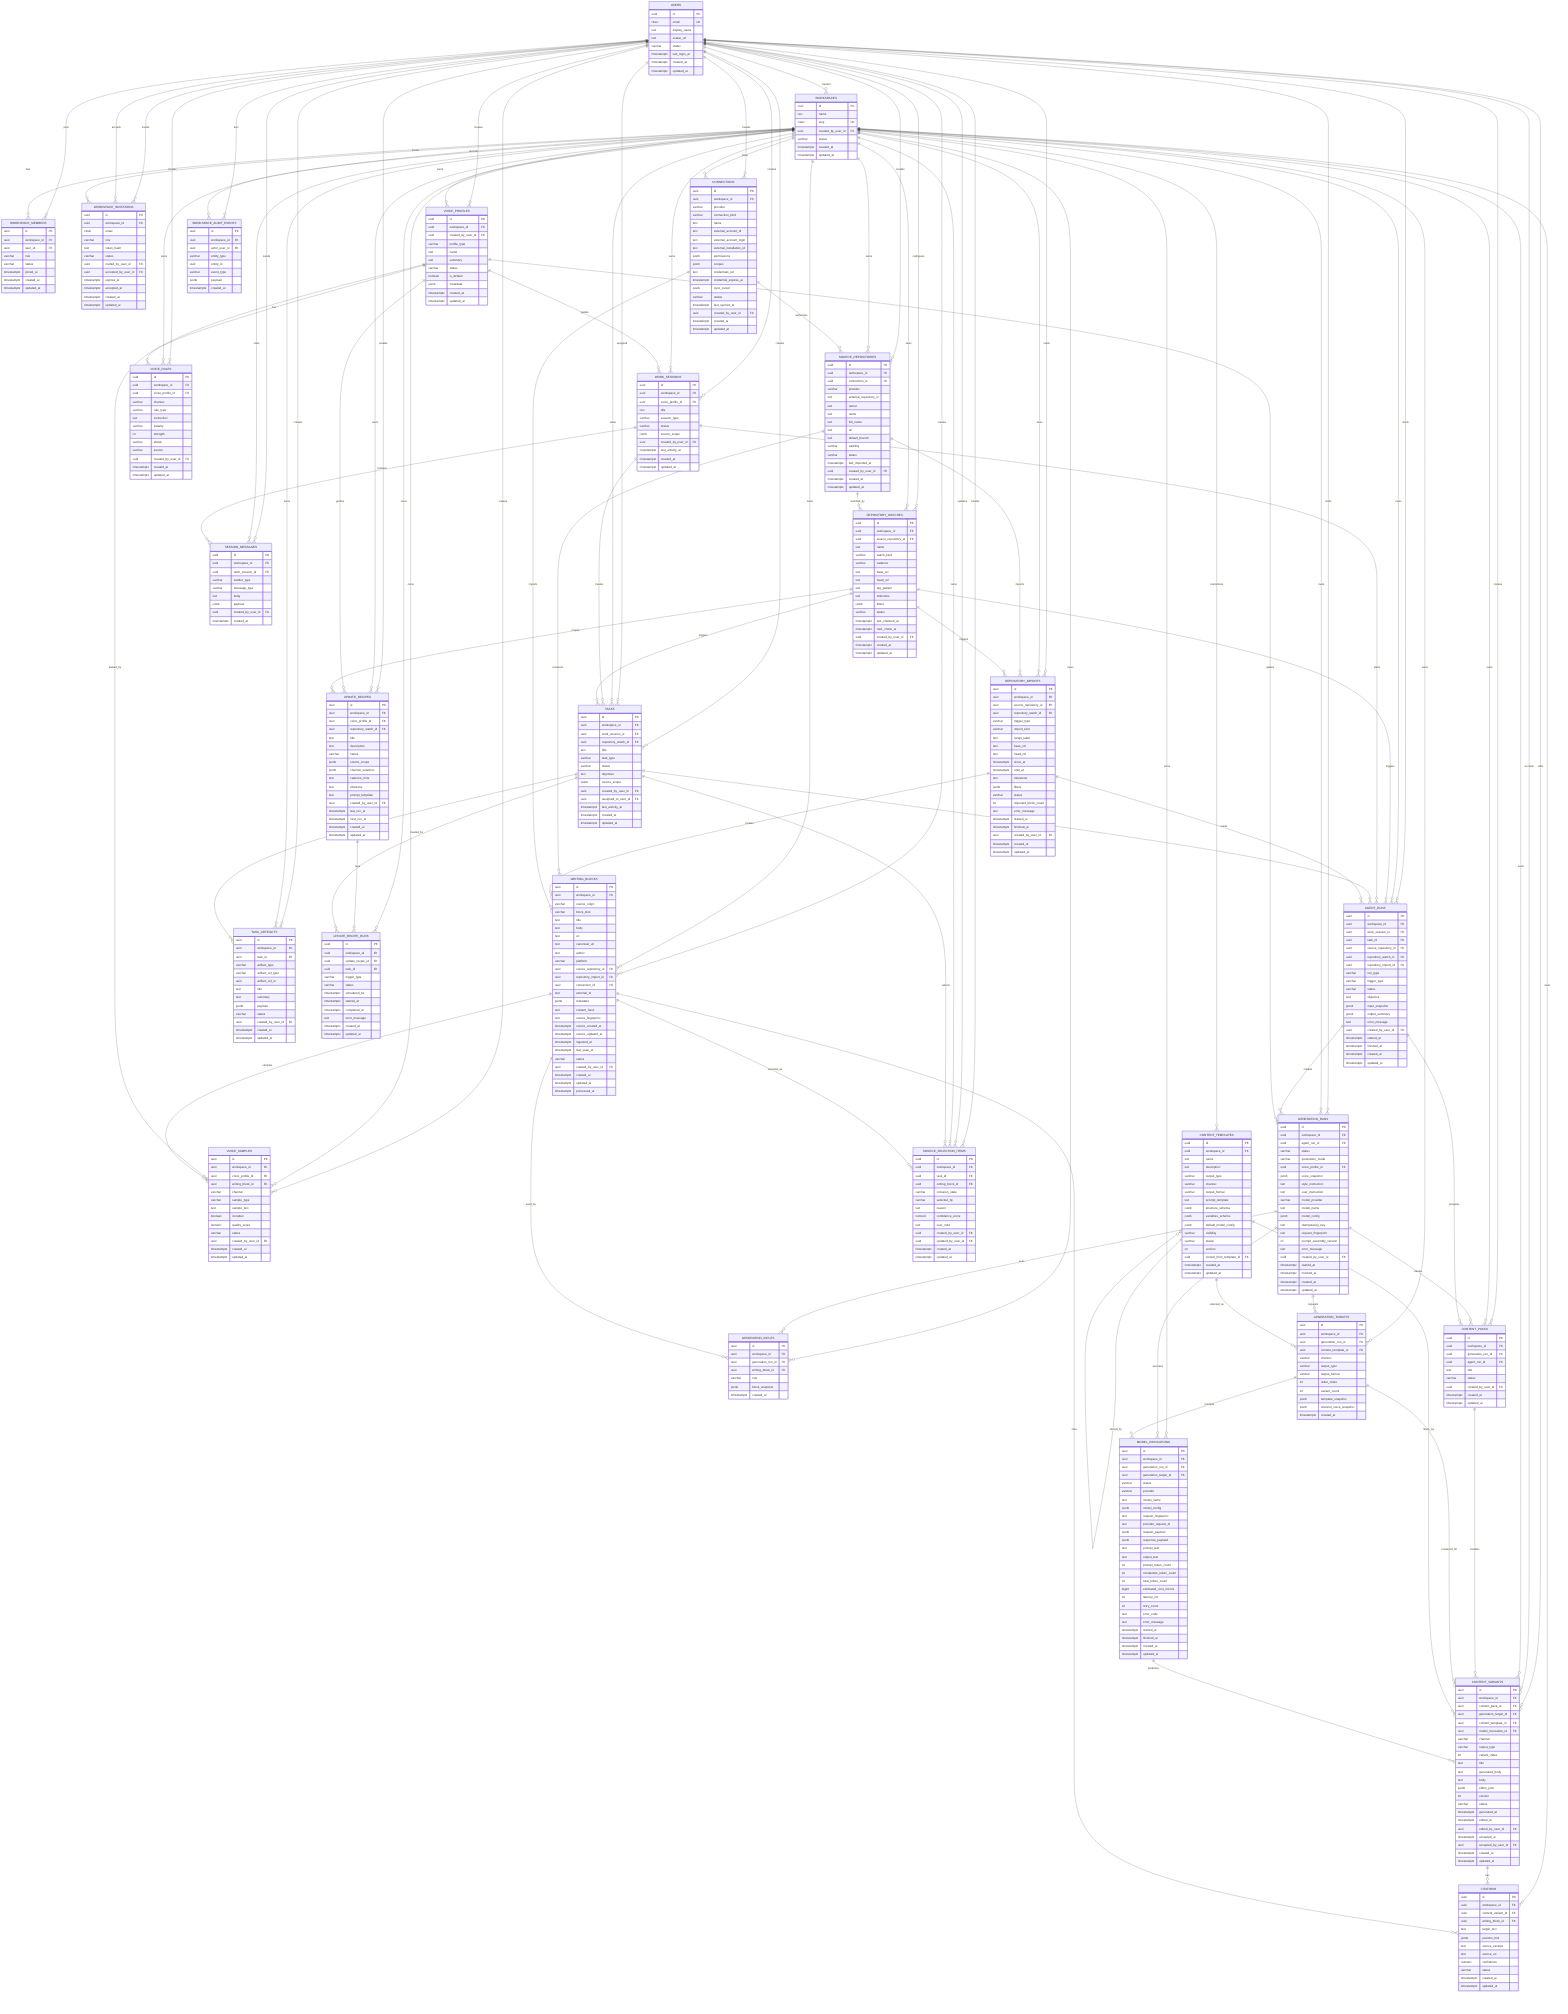
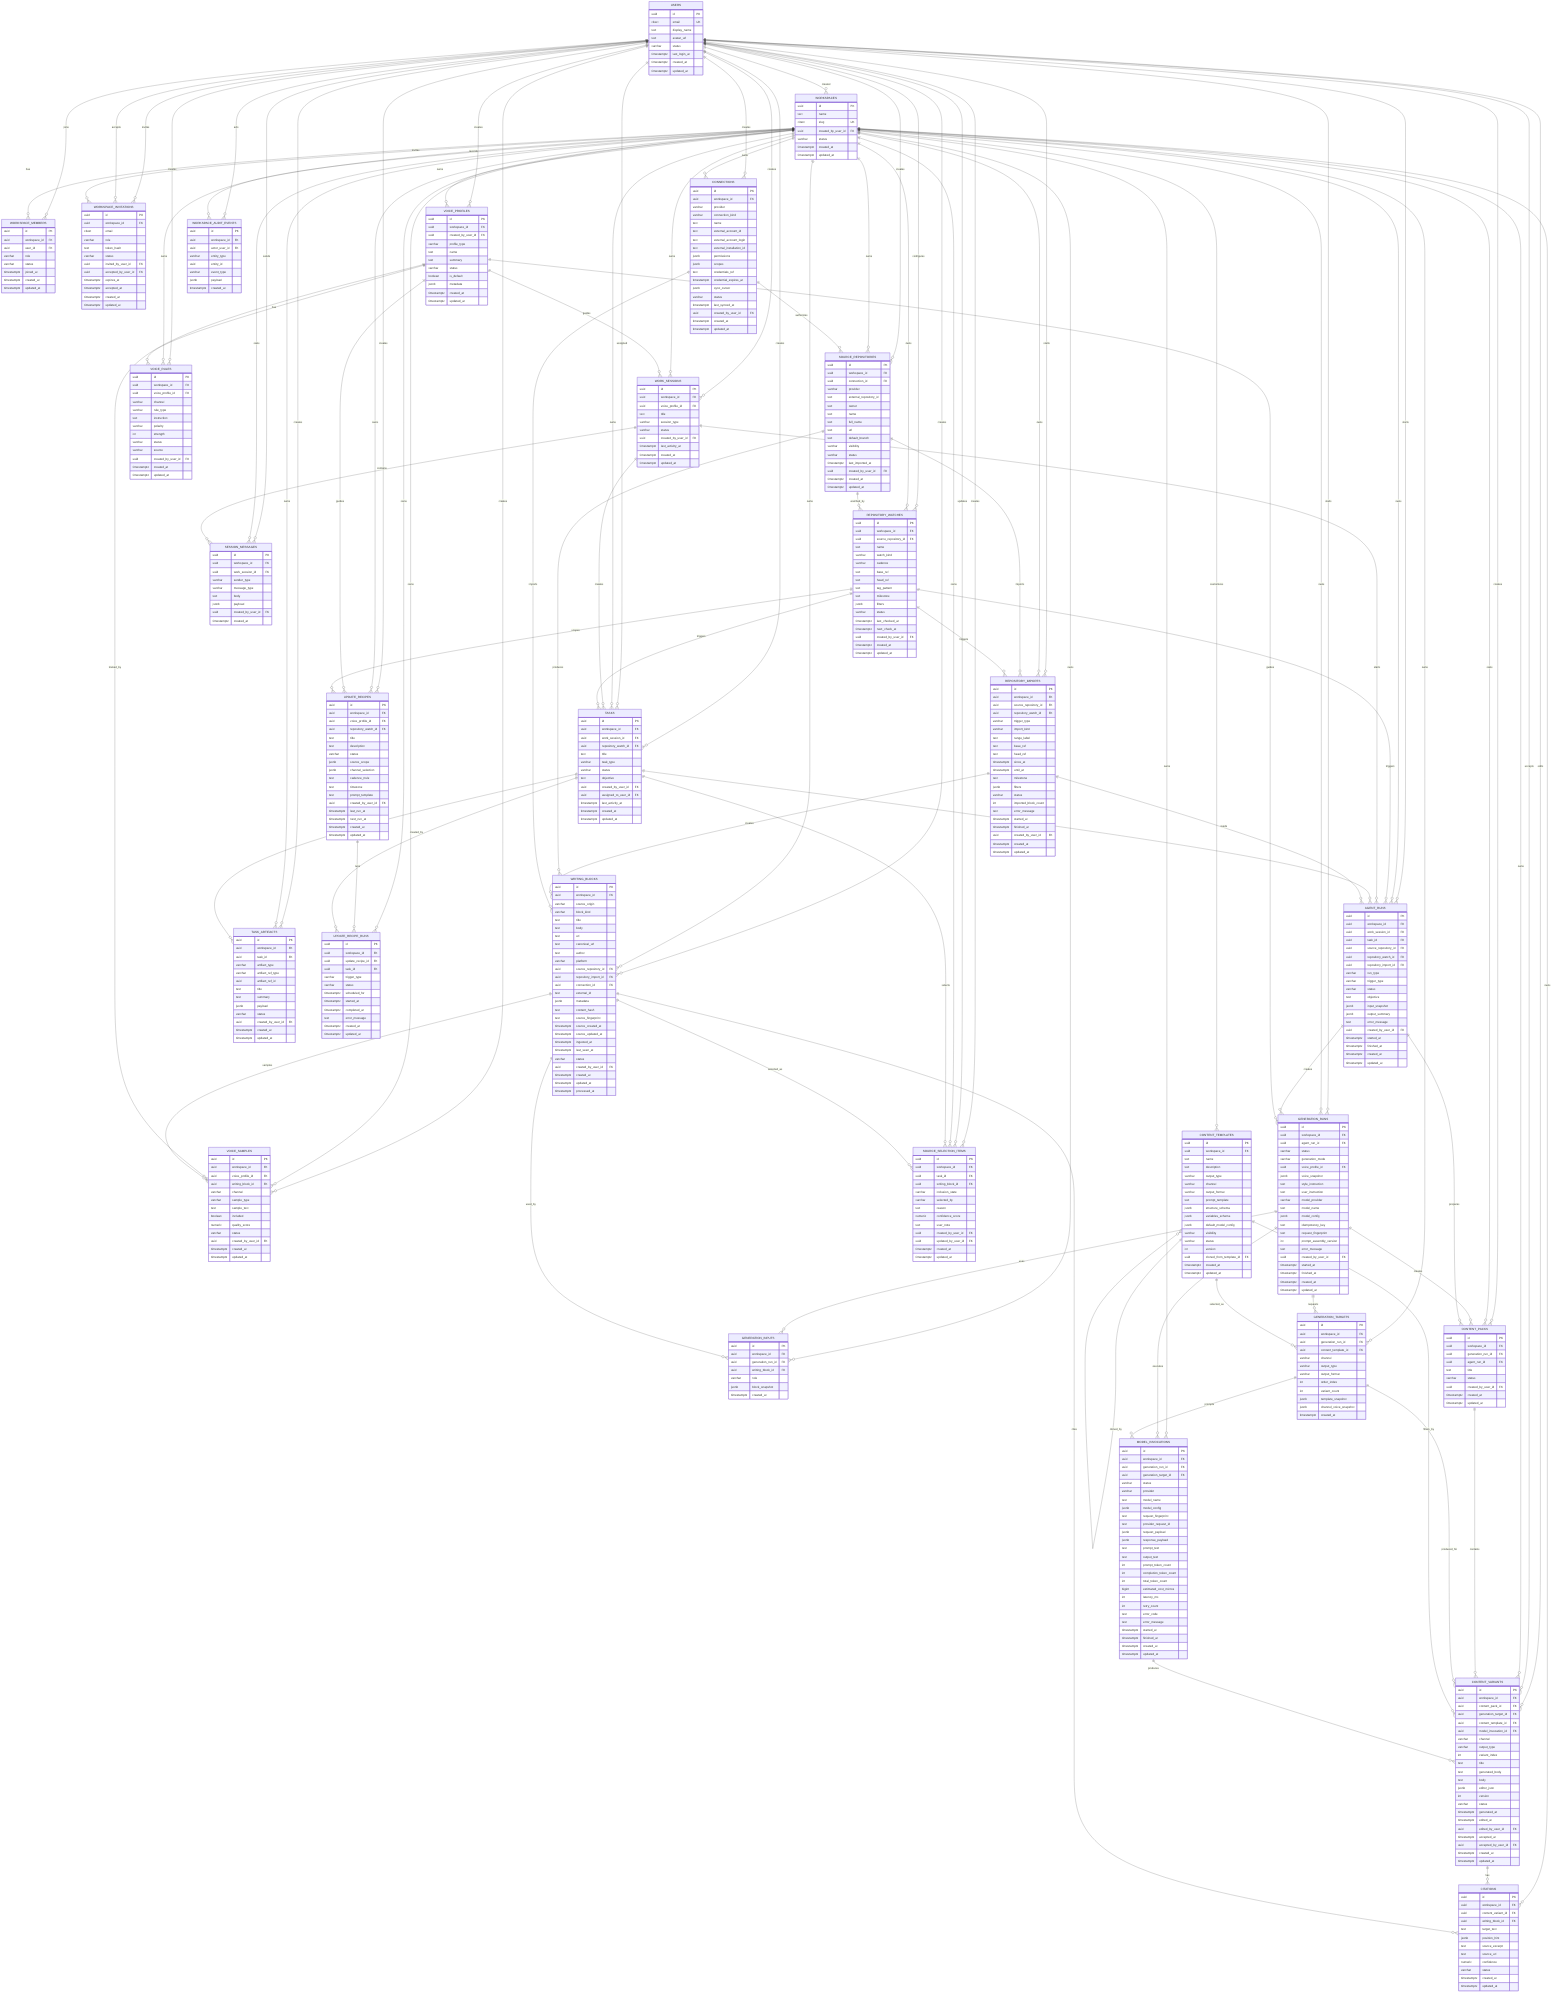
erDiagram
    USERS {
        uuid id PK
        citext email UK
        text display_name
        text avatar_url
        varchar status
        timestamptz last_login_at
        timestamptz created_at
        timestamptz updated_at
    }

    WORKSPACES {
        uuid id PK
        text name
        citext slug UK
        uuid created_by_user_id FK
        varchar status
        timestamptz created_at
        timestamptz updated_at
    }

    WORKSPACE_MEMBERS {
        uuid id PK
        uuid workspace_id FK
        uuid user_id FK
        varchar role
        varchar status
        timestamptz joined_at
        timestamptz created_at
        timestamptz updated_at
    }

    WORKSPACE_INVITATIONS {
        uuid id PK
        uuid workspace_id FK
        citext email
        varchar role
        text token_hash
        varchar status
        uuid invited_by_user_id FK
        uuid accepted_by_user_id FK
        timestamptz expires_at
        timestamptz accepted_at
        timestamptz created_at
        timestamptz updated_at
    }

    SOURCE_REPOSITORIES {
        uuid id PK
        uuid workspace_id FK
        uuid connection_id FK
        varchar provider
        text external_repository_id
        text owner
        text name
        text full_name
        text url
        text default_branch
        varchar visibility
        varchar status
        timestamptz last_imported_at
        uuid created_by_user_id FK
        timestamptz created_at
        timestamptz updated_at
    }

    REPOSITORY_WATCHES {
        uuid id PK
        uuid workspace_id FK
        uuid source_repository_id FK
        text name
        varchar watch_kind
        varchar cadence
        text base_ref
        text head_ref
        text tag_pattern
        text milestone
        jsonb filters
        varchar status
        timestamptz last_checked_at
        timestamptz next_check_at
        uuid created_by_user_id FK
        timestamptz created_at
        timestamptz updated_at
    }

    REPOSITORY_IMPORTS {
        uuid id PK
        uuid workspace_id FK
        uuid source_repository_id FK
        uuid repository_watch_id FK
        varchar trigger_type
        varchar import_kind
        text range_label
        text base_ref
        text head_ref
        timestamptz since_at
        timestamptz until_at
        text milestone
        jsonb filters
        varchar status
        int imported_block_count
        text error_message
        timestamptz started_at
        timestamptz finished_at
        uuid created_by_user_id FK
        timestamptz created_at
        timestamptz updated_at
    }

    CONNECTIONS {
        uuid id PK
        uuid workspace_id FK
        varchar provider
        varchar connection_kind
        text name
        text external_account_id
        text external_account_login
        text external_installation_id
        jsonb permissions
        jsonb scopes
        text credentials_ref
        timestamptz credential_expires_at
        jsonb sync_cursor
        varchar status
        timestamptz last_synced_at
        uuid created_by_user_id FK
        timestamptz created_at
        timestamptz updated_at
    }

    WRITING_BLOCKS {
        uuid id PK
        uuid workspace_id FK
        varchar source_origin
        varchar block_kind
        text title
        text body
        text url
        text canonical_url
        text author
        varchar platform
        uuid source_repository_id FK
        uuid repository_import_id FK
        uuid connection_id FK
        text external_id
        jsonb metadata
        text content_hash
        text source_fingerprint
        timestamptz source_created_at
        timestamptz source_updated_at
        timestamptz ingested_at
        timestamptz last_seen_at
        varchar status
        uuid created_by_user_id FK
        timestamptz created_at
        timestamptz updated_at
        timestamptz processed_at
    }

    VOICE_PROFILES {
        uuid id PK
        uuid workspace_id FK
        uuid created_by_user_id FK
        varchar profile_type
        text name
        text summary
        varchar status
        boolean is_default
        jsonb metadata
        timestamptz created_at
        timestamptz updated_at
    }

    VOICE_SAMPLES {
        uuid id PK
        uuid workspace_id FK
        uuid voice_profile_id FK
        uuid writing_block_id FK
        varchar channel
        varchar sample_type
        text sample_text
        boolean included
        numeric quality_score
        varchar status
        uuid created_by_user_id FK
        timestamptz created_at
        timestamptz updated_at
    }

    VOICE_RULES {
        uuid id PK
        uuid workspace_id FK
        uuid voice_profile_id FK
        varchar channel
        varchar rule_type
        text instruction
        varchar polarity
        int strength
        varchar status
        varchar source
        uuid created_by_user_id FK
        timestamptz created_at
        timestamptz updated_at
    }

    CONTENT_TEMPLATES {
        uuid id PK
        uuid workspace_id FK
        text name
        text description
        varchar output_type
        varchar channel
        varchar output_format
        text prompt_template
        jsonb structure_schema
        jsonb variables_schema
        jsonb default_model_config
        varchar visibility
        varchar status
        int version
        uuid cloned_from_template_id FK
        timestamptz created_at
        timestamptz updated_at
    }

    WORK_SESSIONS {
        uuid id PK
        uuid workspace_id FK
        uuid voice_profile_id FK
        text title
        varchar session_type
        varchar status
-         jsonb source_scope
        uuid created_by_user_id FK
        timestamptz last_activity_at
        timestamptz created_at
        timestamptz updated_at
    }

    SESSION_MESSAGES {
        uuid id PK
        uuid workspace_id FK
        uuid work_session_id FK
        varchar sender_type
        varchar message_type
        text body
        jsonb payload
        uuid created_by_user_id FK
        timestamptz created_at
    }

    TASKS {
        uuid id PK
        uuid workspace_id FK
        uuid work_session_id FK
        uuid repository_watch_id FK
        text title
        varchar task_type
        varchar status
        text objective
-         jsonb source_scope
        uuid created_by_user_id FK
        uuid assigned_to_user_id FK
        timestamptz last_activity_at
        timestamptz created_at
        timestamptz updated_at
    }

    TASK_ARTIFACTS {
        uuid id PK
        uuid workspace_id FK
        uuid task_id FK
        varchar artifact_type
        varchar artifact_ref_type
        uuid artifact_ref_id
        text title
        text summary
        jsonb payload
        varchar status
        uuid created_by_user_id FK
        timestamptz created_at
        timestamptz updated_at
    }

    SOURCE_SELECTION_ITEMS {
        uuid id PK
        uuid workspace_id FK
        uuid task_id FK
        uuid writing_block_id FK
        varchar inclusion_state
        varchar selected_by
        text reason
        numeric confidence_score
        text user_note
        uuid created_by_user_id FK
        uuid updated_by_user_id FK
        timestamptz created_at
        timestamptz updated_at
    }

    UPDATE_RECIPES {
        uuid id PK
        uuid workspace_id FK
        uuid voice_profile_id FK
        uuid repository_watch_id FK
        text title
        text description
        varchar status
        jsonb source_scope
        jsonb channel_selection
        text cadence_rrule
        text timezone
        text prompt_template
        uuid created_by_user_id FK
        timestamptz last_run_at
        timestamptz next_run_at
        timestamptz created_at
        timestamptz updated_at
    }

    UPDATE_RECIPE_RUNS {
        uuid id PK
        uuid workspace_id FK
        uuid update_recipe_id FK
        uuid task_id FK
        varchar trigger_type
        varchar status
        timestamptz scheduled_for
        timestamptz started_at
        timestamptz completed_at
        text error_message
        timestamptz created_at
        timestamptz updated_at
    }

    AGENT_RUNS {
        uuid id PK
        uuid workspace_id FK
        uuid work_session_id FK
        uuid task_id FK
        uuid source_repository_id FK
        uuid repository_watch_id FK
        uuid repository_import_id FK
        varchar run_type
        varchar trigger_type
        varchar status
        text objective
        jsonb input_snapshot
        jsonb output_summary
        text error_message
        uuid created_by_user_id FK
        timestamptz started_at
        timestamptz finished_at
        timestamptz created_at
        timestamptz updated_at
    }

    GENERATION_RUNS {
        uuid id PK
        uuid workspace_id FK
        uuid agent_run_id FK
        varchar status
        varchar generation_mode
        uuid voice_profile_id FK
        jsonb voice_snapshot
        text style_instruction
        text user_instruction
        varchar model_provider
        text model_name
        jsonb model_config
        text idempotency_key
        text request_fingerprint
        int prompt_assembly_version
        text error_message
        uuid created_by_user_id FK
        timestamptz started_at
        timestamptz finished_at
        timestamptz created_at
        timestamptz updated_at
    }

    GENERATION_INPUTS {
        uuid id PK
        uuid workspace_id FK
        uuid generation_run_id FK
        uuid writing_block_id FK
        varchar role
        jsonb block_snapshot
        timestamptz created_at
    }

    GENERATION_TARGETS {
        uuid id PK
        uuid workspace_id FK
        uuid generation_run_id FK
        uuid content_template_id FK
        varchar channel
        varchar output_type
        varchar output_format
        int order_index
        int variant_count
        jsonb template_snapshot
        jsonb channel_voice_snapshot
        timestamptz created_at
    }

    MODEL_INVOCATIONS {
        uuid id PK
        uuid workspace_id FK
        uuid generation_run_id FK
        uuid generation_target_id FK
        varchar status
        varchar provider
        text model_name
        jsonb model_config
        text request_fingerprint
        text provider_request_id
        jsonb request_payload
        jsonb response_payload
        text prompt_text
        text output_text
        int prompt_token_count
        int completion_token_count
        int total_token_count
        bigint estimated_cost_micros
        int latency_ms
        int retry_count
        text error_code
        text error_message
        timestamptz started_at
        timestamptz finished_at
        timestamptz created_at
        timestamptz updated_at
    }

    CONTENT_PACKS {
        uuid id PK
        uuid workspace_id FK
        uuid generation_run_id FK
        uuid agent_run_id FK
        text title
        varchar status
        uuid created_by_user_id FK
        timestamptz created_at
        timestamptz updated_at
    }

    CONTENT_VARIANTS {
        uuid id PK
        uuid workspace_id FK
        uuid content_pack_id FK
        uuid generation_target_id FK
        uuid content_template_id FK
        uuid model_invocation_id FK
        varchar channel
        varchar output_type
        int variant_index
        text title
        text generated_body
        text body
        jsonb editor_json
        int version
        varchar status
        timestamptz generated_at
        timestamptz edited_at
        uuid edited_by_user_id FK
        timestamptz accepted_at
        uuid accepted_by_user_id FK
        timestamptz created_at
        timestamptz updated_at
    }

    CITATIONS {
        uuid id PK
        uuid workspace_id FK
        uuid content_variant_id FK
        uuid writing_block_id FK
        text target_text
        jsonb position_hint
        text source_excerpt
        text source_url
        numeric confidence
        varchar status
        timestamptz created_at
        timestamptz updated_at
    }

    WORKSPACE_AUDIT_EVENTS {
        uuid id PK
        uuid workspace_id FK
        uuid actor_user_id FK
        varchar entity_type
        uuid entity_id
        varchar event_type
        jsonb payload
        timestamptz created_at
    }

    USERS ||--o{ WORKSPACES : created
    USERS ||--o{ WORKSPACE_MEMBERS : joins
    USERS ||--o{ WORKSPACE_INVITATIONS : invites
    USERS ||--o{ WORKSPACE_INVITATIONS : accepts
    USERS ||--o{ SOURCE_REPOSITORIES : creates
    USERS ||--o{ REPOSITORY_WATCHES : configures
    USERS ||--o{ REPOSITORY_IMPORTS : starts
    USERS ||--o{ CONNECTIONS : creates
    USERS ||--o{ WRITING_BLOCKS : creates
    USERS ||--o{ VOICE_PROFILES : creates
    USERS ||--o{ VOICE_SAMPLES : creates
    USERS ||--o{ VOICE_RULES : creates
    USERS ||--o{ WORK_SESSIONS : creates
    USERS ||--o{ SESSION_MESSAGES : sends
    USERS ||--o{ TASKS : creates
    USERS ||--o{ TASKS : assigned
    USERS ||--o{ TASK_ARTIFACTS : creates
    USERS ||--o{ SOURCE_SELECTION_ITEMS : creates
    USERS ||--o{ SOURCE_SELECTION_ITEMS : updates
    USERS ||--o{ UPDATE_RECIPES : creates
    USERS ||--o{ AGENT_RUNS : starts
    USERS ||--o{ GENERATION_RUNS : starts
    USERS ||--o{ CONTENT_PACKS : creates
    USERS ||--o{ CONTENT_VARIANTS : edits
    USERS ||--o{ CONTENT_VARIANTS : accepts
    USERS ||--o{ WORKSPACE_AUDIT_EVENTS : acts

    WORKSPACES ||--o{ WORKSPACE_MEMBERS : has
    WORKSPACES ||--o{ WORKSPACE_INVITATIONS : invites
    WORKSPACES ||--o{ SOURCE_REPOSITORIES : owns
    WORKSPACES ||--o{ REPOSITORY_WATCHES : owns
    WORKSPACES ||--o{ REPOSITORY_IMPORTS : owns
    WORKSPACES ||--o{ CONNECTIONS : owns
    WORKSPACES ||--o{ WRITING_BLOCKS : owns
    WORKSPACES ||--o{ VOICE_PROFILES : owns
    WORKSPACES ||--o{ VOICE_SAMPLES : owns
    WORKSPACES ||--o{ VOICE_RULES : owns
    WORKSPACES ||--o{ CONTENT_TEMPLATES : customizes
    WORKSPACES ||--o{ WORK_SESSIONS : owns
    WORKSPACES ||--o{ SESSION_MESSAGES : owns
    WORKSPACES ||--o{ TASKS : owns
    WORKSPACES ||--o{ TASK_ARTIFACTS : owns
    WORKSPACES ||--o{ SOURCE_SELECTION_ITEMS : owns
    WORKSPACES ||--o{ UPDATE_RECIPES : owns
    WORKSPACES ||--o{ UPDATE_RECIPE_RUNS : owns
    WORKSPACES ||--o{ AGENT_RUNS : owns
    WORKSPACES ||--o{ GENERATION_RUNS : owns
    WORKSPACES ||--o{ GENERATION_INPUTS : owns
    WORKSPACES ||--o{ GENERATION_TARGETS : owns
    WORKSPACES ||--o{ MODEL_INVOCATIONS : owns
    WORKSPACES ||--o{ CONTENT_PACKS : owns
    WORKSPACES ||--o{ CONTENT_VARIANTS : owns
    WORKSPACES ||--o{ CITATIONS : owns
    WORKSPACES ||--o{ WORKSPACE_AUDIT_EVENTS : records

    CONNECTIONS ||--o{ SOURCE_REPOSITORIES : authorizes
    SOURCE_REPOSITORIES ||--o{ REPOSITORY_WATCHES : watched_by
    SOURCE_REPOSITORIES ||--o{ REPOSITORY_IMPORTS : imports
    REPOSITORY_WATCHES ||--o{ REPOSITORY_IMPORTS : triggers
    SOURCE_REPOSITORIES ||--o{ WRITING_BLOCKS : produces
    REPOSITORY_IMPORTS ||--o{ WRITING_BLOCKS : creates
    CONNECTIONS ||--o{ WRITING_BLOCKS : imports
    VOICE_PROFILES ||--o{ VOICE_SAMPLES : trained_by
    WRITING_BLOCKS ||--o{ VOICE_SAMPLES : samples
    VOICE_PROFILES ||--o{ VOICE_RULES : has
    CONTENT_TEMPLATES ||--o{ CONTENT_TEMPLATES : cloned_by

    VOICE_PROFILES ||--o{ WORK_SESSIONS : guides
    WORK_SESSIONS ||--o{ SESSION_MESSAGES : contains
    WORK_SESSIONS ||--o{ TASKS : creates
    REPOSITORY_WATCHES ||--o{ TASKS : triggers
    TASKS ||--o{ TASK_ARTIFACTS : produces
    TASKS ||--o{ SOURCE_SELECTION_ITEMS : selects
    WRITING_BLOCKS ||--o{ SOURCE_SELECTION_ITEMS : selected_as
    VOICE_PROFILES ||--o{ UPDATE_RECIPES : guides
    REPOSITORY_WATCHES ||--o{ UPDATE_RECIPES : scopes
    UPDATE_RECIPES ||--o{ UPDATE_RECIPE_RUNS : runs
    TASKS ||--o{ UPDATE_RECIPE_RUNS : created_by

    REPOSITORY_WATCHES ||--o{ AGENT_RUNS : triggers
    WORK_SESSIONS ||--o{ AGENT_RUNS : starts
    TASKS ||--o{ AGENT_RUNS : executes
    REPOSITORY_IMPORTS ||--o{ AGENT_RUNS : feeds
    AGENT_RUNS ||--o{ GENERATION_RUNS : creates
    VOICE_PROFILES ||--o{ GENERATION_RUNS : guides
    GENERATION_RUNS ||--o{ GENERATION_INPUTS : uses
    WRITING_BLOCKS ||--o{ GENERATION_INPUTS : used_by
    GENERATION_RUNS ||--o{ GENERATION_TARGETS : requests
    CONTENT_TEMPLATES ||--o{ GENERATION_TARGETS : selected_as
    GENERATION_RUNS ||--o{ MODEL_INVOCATIONS : executes
    GENERATION_TARGETS ||--o{ MODEL_INVOCATIONS : prompts
    GENERATION_RUNS ||--o{ CONTENT_PACKS : creates
    AGENT_RUNS ||--o{ CONTENT_PACKS : prepares
    CONTENT_PACKS ||--o{ CONTENT_VARIANTS : contains
    GENERATION_TARGETS ||--o{ CONTENT_VARIANTS : produced_for
    CONTENT_TEMPLATES ||--o{ CONTENT_VARIANTS : filters_by
    MODEL_INVOCATIONS ||--o{ CONTENT_VARIANTS : produces
    CONTENT_VARIANTS ||--o{ CITATIONS : has
    WRITING_BLOCKS ||--o{ CITATIONS : cites
